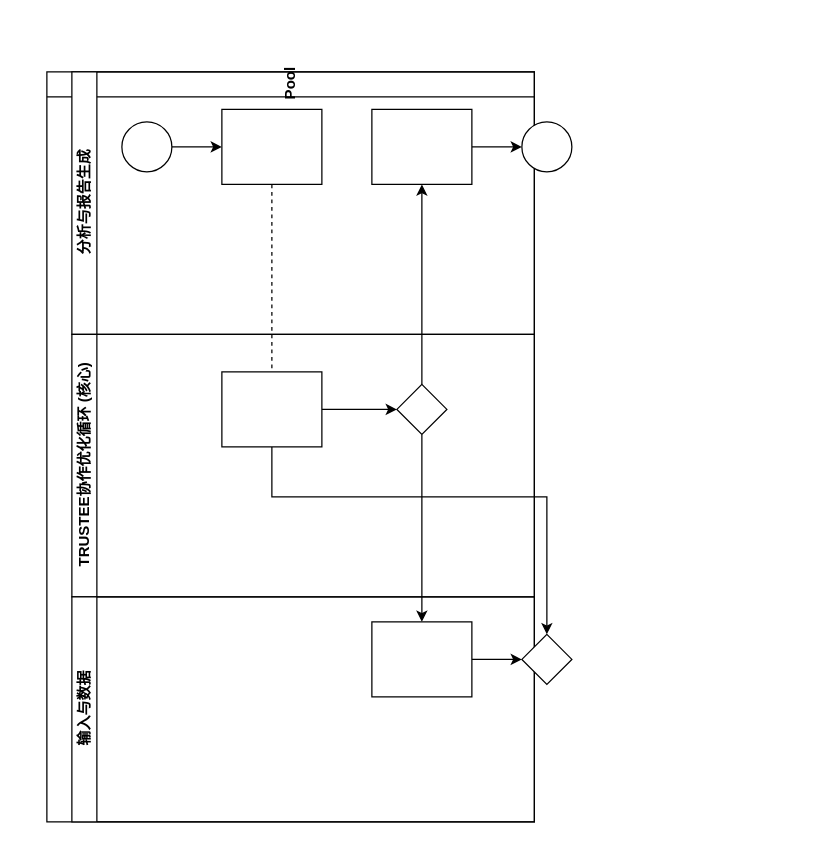
This is 01.drawio from Jerrywjr/202512_ISE_microfossil, a draw.io file, before an edit. Source tidied: cells renumbered, new cells numbered last; positions are measured from the earlier drawing's top-left corner, leaving out a move shared by most shapes. Both pictures are drawn from the tidied source at 125%, with x=0, y=0 at pixel (46, 71).
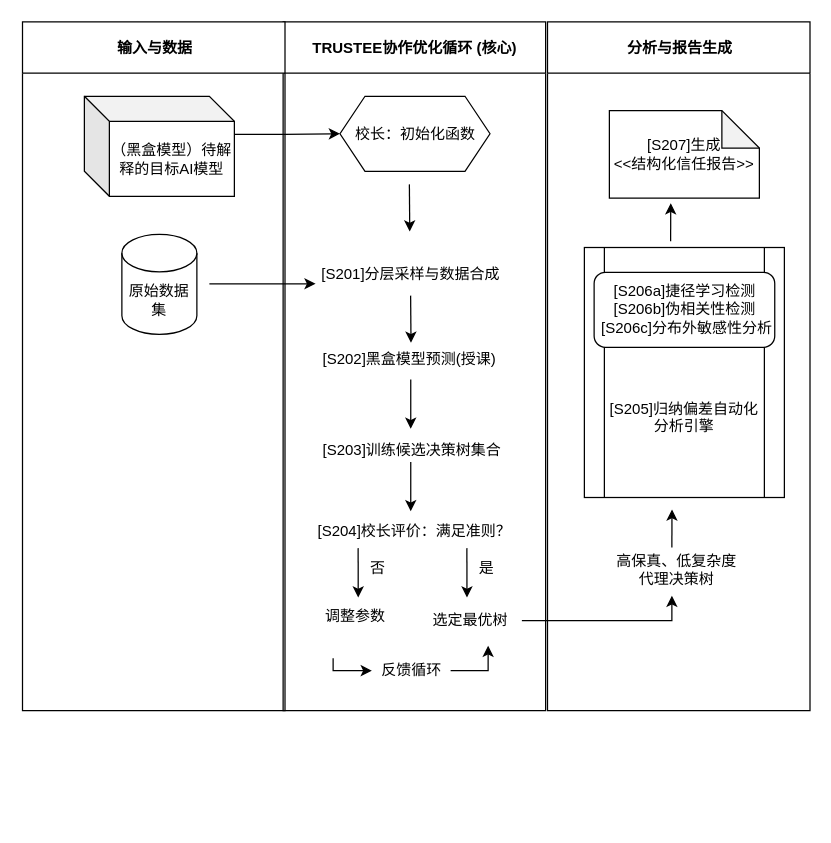
After the change.

The edit, as a diff of the source:
```diff
@@
-    <mxCell id="2" value="Pool" style="swimlane;html=1;horizontal=0;startSize=20;direction=south;rotation=0;" parent="1" vertex="1">
-      <mxGeometry width="390" height="600" as="geometry" />
-    </mxCell>
-    <mxCell id="3" style="edgeStyle=orthogonalEdgeStyle;rounded=0;jettySize=auto;html=1;dashed=1;endArrow=none;endFill=0;" parent="2" edge="1" source="10" target="16">
-      <mxGeometry relative="1" as="geometry" />
-    </mxCell>
-    <mxCell id="4" style="edgeStyle=orthogonalEdgeStyle;rounded=0;jettySize=auto;html=1;endArrow=classic;endFill=1;" parent="2" edge="1" source="17" target="12">
-      <mxGeometry relative="1" as="geometry" />
-    </mxCell>
-    <mxCell id="5" style="edgeStyle=orthogonalEdgeStyle;rounded=0;jettySize=auto;html=1;endArrow=classic;endFill=1;" parent="2" edge="1" source="17" target="20">
-      <mxGeometry relative="1" as="geometry" />
-    </mxCell>
-    <mxCell id="6" style="edgeStyle=orthogonalEdgeStyle;rounded=0;jettySize=auto;html=1;endArrow=classic;endFill=1;" parent="2" edge="1" source="16" target="21">
-      <mxGeometry relative="1" as="geometry">
-        <Array as="points">
-          <mxPoint x="180" y="340" />
-          <mxPoint x="400" y="340" />
-        </Array>
-      </mxGeometry>
-    </mxCell>
+    <mxCell id="14" value="TRUSTEE协作优化循环 (核心)" style="swimlane;html=1;startSize=41;horizontal=0;rotation=90;" parent="1" vertex="1">
+      <mxGeometry x="18.5" y="130.5" width="551" height="210" as="geometry" />
+    </mxCell>
+    <mxCell id="22" value="校长：初始化函数" style="shape=hexagon;perimeter=hexagonPerimeter2;whiteSpace=wrap;html=1;fixedSize=1;" parent="14" vertex="1">
+      <mxGeometry x="216" y="-111" width="120" height="60" as="geometry" />
+    </mxCell>
+    <mxCell id="23" value="[S201]分层采样与数据合成" style="text;strokeColor=none;fillColor=none;align=left;verticalAlign=middle;spacingLeft=4;spacingRight=4;overflow=hidden;whiteSpace=wrap;html=1;" parent="14" vertex="1">
+      <mxGeometry x="195" y="16.5" width="158" height="30" as="geometry" />
+    </mxCell>
+    <mxCell id="24" value="[S202]黑盒模型预测(授课)" style="text;strokeColor=none;fillColor=none;align=left;verticalAlign=middle;spacingLeft=4;spacingRight=4;overflow=hidden;whiteSpace=wrap;html=1;" parent="14" vertex="1">
+      <mxGeometry x="196.5" y="84.5" width="158" height="30" as="geometry" />
+    </mxCell>
+    <mxCell id="25" style="endArrow=classic;html=1;rounded=0;" parent="14" edge="1">
+      <mxGeometry relative="1" as="geometry">
+        <mxPoint x="272.6" y="115.5" as="sourcePoint" />
+        <mxPoint x="272.6" y="155" as="targetPoint" />
+      </mxGeometry>
+    </mxCell>
+    <mxCell id="26" value="[S203]训练候选决策树集合" style="text;strokeColor=none;fillColor=none;align=left;verticalAlign=middle;spacingLeft=4;spacingRight=4;overflow=hidden;whiteSpace=wrap;html=1;" parent="14" vertex="1">
+      <mxGeometry x="196.5" y="157.5" width="158" height="30" as="geometry" />
+    </mxCell>
+    <mxCell id="27" style="endArrow=classic;html=1;rounded=0;" parent="14" edge="1">
+      <mxGeometry relative="1" as="geometry">
+        <mxPoint x="272.6" y="181.5" as="sourcePoint" />
+        <mxPoint x="272.6" y="221" as="targetPoint" />
+      </mxGeometry>
+    </mxCell>
+    <mxCell id="28" style="endArrow=classic;html=1;rounded=0;entryX=0;entryY=0.5;entryDx=0;entryDy=0;" parent="1" edge="1" target="22">
+      <mxGeometry relative="1" as="geometry">
+        <mxPoint x="150" y="50" as="sourcePoint" />
+        <Array as="points">
+          <mxPoint x="190" y="50" />
+        </Array>
+      </mxGeometry>
+    </mxCell>
-    <mxCell id="7" value="分析与报告生成" style="swimlane;html=1;startSize=20;horizontal=0;rotation=0;" parent="2" vertex="1">
-      <mxGeometry x="20" width="370" height="210" as="geometry" />
+    <mxCell id="7" value="分析与报告生成" style="swimlane;html=1;startSize=41;horizontal=0;rotation=90;" parent="1" vertex="1">
+      <mxGeometry x="230" y="130.5" width="551" height="210" as="geometry" />
     </mxCell>
-    <mxCell id="8" style="edgeStyle=orthogonalEdgeStyle;rounded=0;jettySize=auto;html=1;" parent="7" edge="1" source="9" target="10">
-      <mxGeometry relative="1" as="geometry" />
-    </mxCell>
-    <mxCell id="9" style="ellipse;whiteSpace=wrap;html=1;rotation=0;" parent="7" vertex="1">
-      <mxGeometry x="40" y="40" width="40" height="40" as="geometry" />
-    </mxCell>
-    <mxCell id="10" style="rounded=0;whiteSpace=wrap;html=1;fontFamily=Helvetica;fontSize=12;fontColor=#000000;align=center;rotation=0;" parent="7" vertex="1">
-      <mxGeometry x="120" y="30" width="80" height="60" as="geometry" />
-    </mxCell>
-    <mxCell id="11" style="edgeStyle=orthogonalEdgeStyle;rounded=0;jettySize=auto;html=1;endArrow=classic;endFill=1;" parent="7" edge="1" source="12" target="13">
-      <mxGeometry relative="1" as="geometry" />
-    </mxCell>
-    <mxCell id="12" style="rounded=0;whiteSpace=wrap;html=1;fontFamily=Helvetica;fontSize=12;fontColor=#000000;align=center;rotation=0;" parent="7" vertex="1">
-      <mxGeometry x="240" y="30" width="80" height="60" as="geometry" />
-    </mxCell>
-    <mxCell id="13" style="ellipse;whiteSpace=wrap;html=1;rotation=0;" parent="7" vertex="1">
-      <mxGeometry x="360" y="40" width="40" height="40" as="geometry" />
-    </mxCell>
-    <mxCell id="14" value="TRUSTEE协作优化循环 (核心)" style="swimlane;html=1;startSize=20;horizontal=0;rotation=0;" parent="2" vertex="1">
-      <mxGeometry x="20" y="210" width="370" height="210" as="geometry" />
-    </mxCell>
-    <mxCell id="15" style="edgeStyle=orthogonalEdgeStyle;rounded=0;jettySize=auto;html=1;endArrow=classic;endFill=1;" parent="14" edge="1" source="16" target="17">
-      <mxGeometry relative="1" as="geometry" />
-    </mxCell>
-    <mxCell id="16" style="rounded=0;whiteSpace=wrap;html=1;fontFamily=Helvetica;fontSize=12;fontColor=#000000;align=center;rotation=0;" parent="14" vertex="1">
-      <mxGeometry x="120" y="30" width="80" height="60" as="geometry" />
-    </mxCell>
-    <mxCell id="17" style="rhombus;whiteSpace=wrap;html=1;fontFamily=Helvetica;fontSize=12;fontColor=#000000;align=center;rotation=0;" parent="14" vertex="1">
-      <mxGeometry x="260" y="40" width="40" height="40" as="geometry" />
-    </mxCell>
+    <mxCell id="29" value="&lt;div&gt;&lt;br&gt;&lt;/div&gt;&lt;div&gt;&lt;br&gt;&lt;/div&gt;&lt;div&gt;&lt;br&gt;&lt;/div&gt;&lt;div&gt;&lt;br&gt;&lt;/div&gt;&lt;div&gt;&lt;br&gt;&lt;/div&gt;[S205]归纳偏差自动化分析引擎" style="shape=process;whiteSpace=wrap;html=1;backgroundOutline=1;" parent="7" vertex="1">
+      <mxGeometry x="200" y="10" width="160" height="200" as="geometry" />
+    </mxCell>
+    <mxCell id="30" value="[S206a]捷径学习检测&#10;[S206b]伪相关性检测&#10; [S206c]分布外敏感性分析" style="rounded=1;whiteSpace=wrap;html=1;" parent="7" vertex="1">
+      <mxGeometry x="207.8" y="29.8" width="144.5" height="60" as="geometry" />
+    </mxCell>
+    <mxCell id="31" value="[S207]生成&lt;div&gt;&amp;lt;&amp;lt;结构化信任报告&amp;gt;&amp;gt;&lt;/div&gt;" style="shape=note;whiteSpace=wrap;html=1;backgroundOutline=1;darkOpacity=0.05;" parent="7" vertex="1">
+      <mxGeometry x="220" y="-99.5" width="120" height="70" as="geometry" />
+    </mxCell>
-    <mxCell id="18" value="输入与数据" style="swimlane;html=1;startSize=20;horizontal=0;rotation=0;" parent="2" vertex="1">
-      <mxGeometry x="20" y="420" width="370" height="180" as="geometry" />
+    <mxCell id="18" value="输入与数据" style="swimlane;html=1;startSize=41;horizontal=0;rotation=90;" parent="1" vertex="1">
+      <mxGeometry x="-190" y="130.5" width="551" height="210" as="geometry" />
     </mxCell>
-    <mxCell id="19" style="edgeStyle=orthogonalEdgeStyle;rounded=0;jettySize=auto;html=1;endArrow=classic;endFill=1;" parent="18" edge="1" source="20" target="21">
-      <mxGeometry relative="1" as="geometry" />
-    </mxCell>
-    <mxCell id="20" style="rounded=0;whiteSpace=wrap;html=1;fontFamily=Helvetica;fontSize=12;fontColor=#000000;align=center;rotation=0;" parent="18" vertex="1">
-      <mxGeometry x="240" y="20" width="80" height="60" as="geometry" />
-    </mxCell>
-    <mxCell id="21" style="rhombus;whiteSpace=wrap;html=1;fontFamily=Helvetica;fontSize=12;fontColor=#000000;align=center;rotation=0;" parent="18" vertex="1">
-      <mxGeometry x="360" y="30" width="40" height="40" as="geometry" />
-    </mxCell>
+    <mxCell id="32" value="（黑盒模型）待解释的目标AI模型" style="shape=cube;whiteSpace=wrap;html=1;boundedLbl=1;backgroundOutline=1;darkOpacity=0.05;darkOpacity2=0.1;" parent="18" vertex="1">
+      <mxGeometry x="220" y="-111" width="120" height="80" as="geometry" />
+    </mxCell>
+    <mxCell id="33" value="原始数据集" style="shape=cylinder3;whiteSpace=wrap;html=1;boundedLbl=1;backgroundOutline=1;size=15;" parent="18" vertex="1">
+      <mxGeometry x="250" y="-0.5" width="60" height="80" as="geometry" />
+    </mxCell>
+    <mxCell id="34" style="endArrow=classic;html=1;rounded=0;entryX=0;entryY=0.5;entryDx=0;entryDy=0;" parent="18" edge="1">
+      <mxGeometry relative="1" as="geometry">
+        <mxPoint x="320" y="39" as="sourcePoint" />
+        <mxPoint x="405" y="39" as="targetPoint" />
+        <Array as="points">
+          <mxPoint x="360" y="39" />
+        </Array>
+      </mxGeometry>
+    </mxCell>
+    <mxCell id="35" value="[S204]校长评价：满足准则？" style="text;strokeColor=none;fillColor=none;align=left;verticalAlign=middle;spacingLeft=4;spacingRight=4;overflow=hidden;whiteSpace=wrap;html=1;" parent="1" vertex="1">
+      <mxGeometry x="211" y="353" width="170" height="30" as="geometry" />
+    </mxCell>
+    <mxCell id="36" style="endArrow=classic;html=1;rounded=0;" parent="1" edge="1">
+      <mxGeometry relative="1" as="geometry">
+        <mxPoint x="249" y="381" as="sourcePoint" />
+        <mxPoint x="249.1" y="420.5" as="targetPoint" />
+      </mxGeometry>
+    </mxCell>
+    <mxCell id="37" style="endArrow=classic;html=1;rounded=0;" parent="1" edge="1">
+      <mxGeometry relative="1" as="geometry">
+        <mxPoint x="336" y="381" as="sourcePoint" />
+        <mxPoint x="336.1" y="420.5" as="targetPoint" />
+      </mxGeometry>
+    </mxCell>
+    <mxCell id="38" value="否" style="text;strokeColor=none;fillColor=none;align=left;verticalAlign=middle;spacingLeft=4;spacingRight=4;overflow=hidden;whiteSpace=wrap;html=1;" parent="1" vertex="1">
+      <mxGeometry x="253" y="382" width="30" height="30" as="geometry" />
+    </mxCell>
+    <mxCell id="39" value="是" style="text;strokeColor=none;fillColor=none;align=left;verticalAlign=middle;spacingLeft=4;spacingRight=4;overflow=hidden;whiteSpace=wrap;html=1;" parent="1" vertex="1">
+      <mxGeometry x="340" y="382" width="30" height="30" as="geometry" />
+    </mxCell>
+    <mxCell id="40" value="选定最优树" style="text;whiteSpace=wrap;" parent="1" vertex="1">
+      <mxGeometry x="307" y="425" width="70" height="30" as="geometry" />
+    </mxCell>
+    <mxCell id="41" value="调整参数" style="text;whiteSpace=wrap;" parent="1" vertex="1">
+      <mxGeometry x="221" y="422" width="70" height="30" as="geometry" />
+    </mxCell>
+    <mxCell id="42" style="endArrow=classic;html=1;rounded=0;exitX=0.495;exitY=1.076;exitDx=0;exitDy=0;exitPerimeter=0;" parent="1" edge="1">
+      <mxGeometry relative="1" as="geometry">
+        <mxPoint x="290" y="90" as="sourcePoint" />
+        <mxPoint x="290.3" y="127.7" as="targetPoint" />
+      </mxGeometry>
+    </mxCell>
+    <mxCell id="43" style="endArrow=classic;html=1;rounded=0;exitX=0.495;exitY=1.076;exitDx=0;exitDy=0;exitPerimeter=0;" parent="1" edge="1">
+      <mxGeometry relative="1" as="geometry">
+        <mxPoint x="291" y="179" as="sourcePoint" />
+        <mxPoint x="291.3" y="216.7" as="targetPoint" />
+      </mxGeometry>
+    </mxCell>
+    <mxCell id="44" style="endArrow=classic;html=1;rounded=0;" parent="1" edge="1">
+      <mxGeometry relative="1" as="geometry">
+        <mxPoint x="229" y="469" as="sourcePoint" />
+        <mxPoint x="260" y="479" as="targetPoint" />
+        <Array as="points">
+          <mxPoint x="229" y="479" />
+        </Array>
+      </mxGeometry>
+    </mxCell>
+    <mxCell id="45" style="endArrow=classic;html=1;rounded=0;" parent="1" edge="1">
+      <mxGeometry relative="1" as="geometry">
+        <mxPoint x="323" y="479" as="sourcePoint" />
+        <mxPoint x="353" y="459" as="targetPoint" />
+        <Array as="points">
+          <mxPoint x="353" y="479" />
+        </Array>
+      </mxGeometry>
+    </mxCell>
+    <mxCell id="46" value="反馈循环" style="text;whiteSpace=wrap;" parent="1" vertex="1">
+      <mxGeometry x="266" y="465" width="70" height="30" as="geometry" />
+    </mxCell>
+    <mxCell id="47" style="endArrow=classic;html=1;rounded=0;" parent="1" edge="1">
+      <mxGeometry relative="1" as="geometry">
+        <mxPoint x="380" y="439" as="sourcePoint" />
+        <mxPoint x="500" y="419" as="targetPoint" />
+        <Array as="points">
+          <mxPoint x="500" y="439" />
+        </Array>
+      </mxGeometry>
+    </mxCell>
+    <mxCell id="48" value="高保真、低复杂度&#10;代理决策树" style="text;whiteSpace=wrap;align=center;" parent="1" vertex="1">
+      <mxGeometry x="434" y="378" width="140" height="30" as="geometry" />
+    </mxCell>
+    <mxCell id="49" style="endArrow=classic;html=1;rounded=0;" parent="1" edge="1">
+      <mxGeometry relative="1" as="geometry">
+        <mxPoint x="500" y="380.5" as="sourcePoint" />
+        <mxPoint x="500.1" y="350" as="targetPoint" />
+      </mxGeometry>
+    </mxCell>
+    <mxCell id="50" style="endArrow=classic;html=1;rounded=0;" parent="1" edge="1">
+      <mxGeometry relative="1" as="geometry">
+        <mxPoint x="499" y="135.5" as="sourcePoint" />
+        <mxPoint x="499.1" y="105" as="targetPoint" />
+      </mxGeometry>
+    </mxCell>
```
